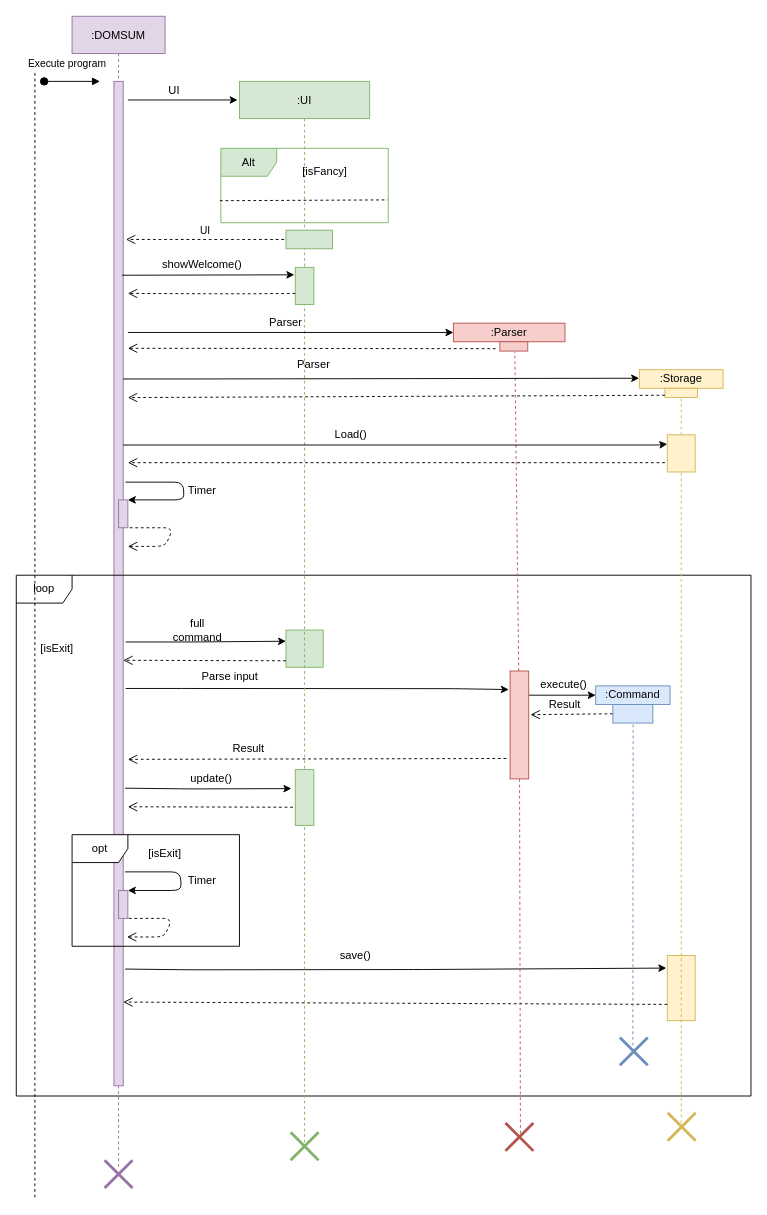
Above: docs/Sample UML Diagram.drawio in chuhann/ip (draw.io), before the change. Source tidied: cells renumbered, new cells numbered last; positions are measured from the earlier drawing's top-left corner, leaving out a move shared by most shapes. Both pictures are drawn from the tidied source at 93%, with x=0, y=0 at pixel (16, 16).
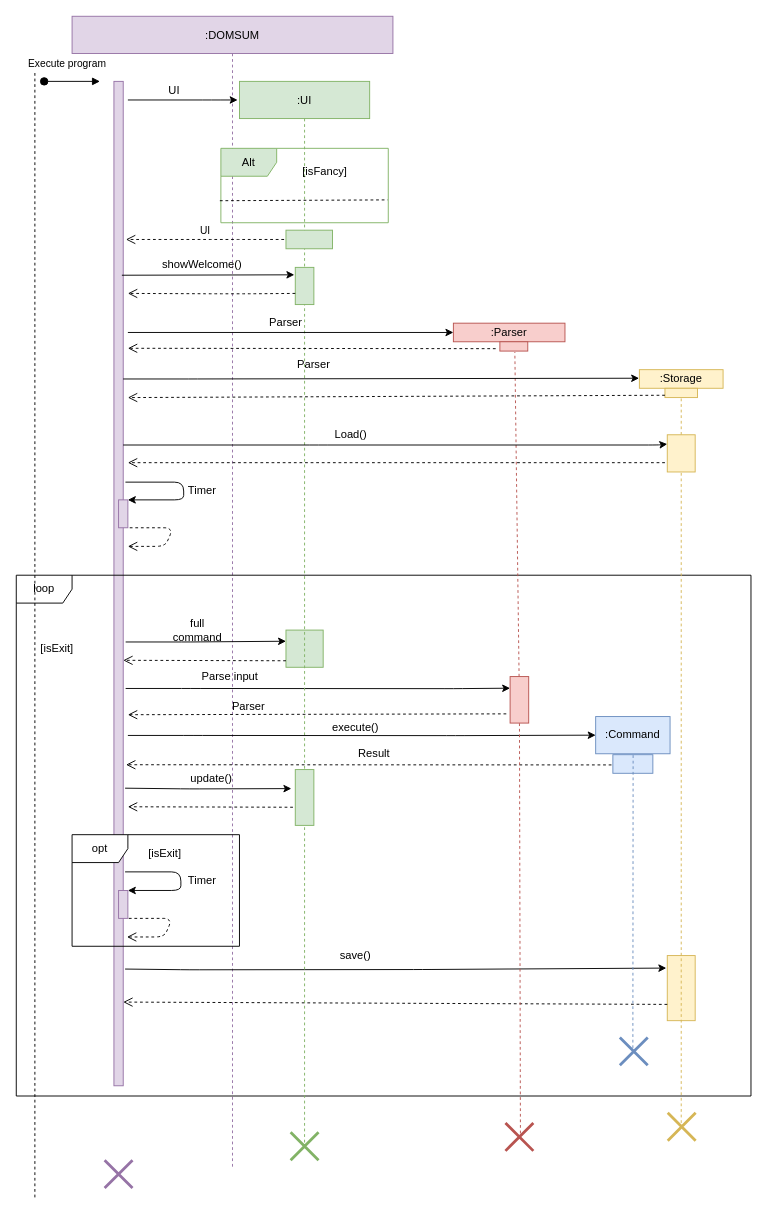
The same page after the edit.

The change refers to these unchanged cells:
```xml
<mxCell id="33" value=":UI" style="shape=umlLifeline;perimeter=lifelinePerimeter;rounded=0;shadow=0;strokeWidth=1;fillColor=#d5e8d4;strokeColor=#82b366;" parent="1" vertex="1">
  <mxGeometry x="240" y="70" width="140" height="1150" as="geometry" />
</mxCell>
```

Diff of the diagram source:
```diff
@@
-    <mxCell id="2" value=":DOMSUM" style="shape=umlLifeline;perimeter=lifelinePerimeter;rounded=0;shadow=0;strokeWidth=1;fillColor=#e1d5e7;strokeColor=#9673a6;" parent="1" vertex="1">
-      <mxGeometry x="60" width="100" height="1240" as="geometry" />
+    <mxCell id="2" value=":DOMSUM" style="shape=umlLifeline;perimeter=lifelinePerimeter;rounded=0;shadow=0;strokeWidth=1;fillColor=#e1d5e7;strokeColor=#9673a6;glass=0;" parent="1" vertex="1">
+      <mxGeometry x="60" width="345" height="1240" as="geometry" />
     </mxCell>
@@
-    <mxCell id="9" style="endArrow=classic;html=1;entryX=-0.072;entryY=0.172;entryDx=0;entryDy=0;entryPerimeter=0;" parent="2" edge="1" target="71">
+    <mxCell id="9" style="endArrow=classic;html=1;entryX=0;entryY=0.25;entryDx=0;entryDy=0;" parent="2" edge="1" target="71">
       <mxGeometry relative="1" as="geometry">
         <mxPoint x="57.6" y="722.8" as="sourcePoint" />
         <Array as="points">
           <mxPoint x="127.7" y="722.8" />
           <mxPoint x="410" y="723" />
         </Array>
       </mxGeometry>
     </mxCell>
@@
-    <mxCell id="11" style="verticalAlign=bottom;endArrow=open;dashed=1;endSize=8;shadow=0;strokeWidth=1;exitX=-0.205;exitY=0.811;exitDx=0;exitDy=0;exitPerimeter=0;" parent="2" edge="1" source="71">
+    <mxCell id="11" style="verticalAlign=bottom;endArrow=open;dashed=1;endSize=8;shadow=0;strokeWidth=1;exitX=-0.205;exitY=0.811;exitDx=0;exitDy=0;exitPerimeter=0;" parent="2" edge="1">
       <mxGeometry relative="1" as="geometry">
-        <mxPoint x="60" y="799" as="targetPoint" />
+        <mxPoint x="466.9" y="750.1" as="sourcePoint" />
+        <mxPoint x="60" y="751" as="targetPoint" />
       </mxGeometry>
     </mxCell>
-    <mxCell id="12" style="edgeStyle=elbowEdgeStyle;elbow=horizontal;endArrow=classic;html=1;entryX=0;entryY=0.5;entryDx=0;entryDy=0;" parent="2" edge="1" target="28">
-      <mxGeometry relative="1" as="geometry">
-        <mxPoint x="491" y="730" as="sourcePoint" />
-        <Array as="points">
-          <mxPoint x="540" y="730" />
-          <mxPoint x="511" y="730" />
-          <mxPoint x="501" y="748" />
-          <mxPoint x="571" y="748" />
-        </Array>
-      </mxGeometry>
-    </mxCell>
-    <mxCell id="13" style="verticalAlign=bottom;endArrow=open;dashed=1;endSize=8;shadow=0;strokeWidth=1;exitX=0;exitY=0.5;exitDx=0;exitDy=0;" parent="2" edge="1" source="29">
-      <mxGeometry relative="1" as="geometry">
-        <mxPoint x="493" y="751" as="targetPoint" />
-      </mxGeometry>
-    </mxCell>
-    <mxCell id="14" value="Result" style="text;html=1;strokeColor=none;fillColor=none;align=center;verticalAlign=middle;whiteSpace=wrap;rounded=0;shadow=0;glass=0;sketch=0;" parent="2" vertex="1">
-      <mxGeometry x="170" y="778" width="40" height="20" as="geometry" />
+    <mxCell id="14" value="Parser" style="text;html=1;strokeColor=none;fillColor=none;align=center;verticalAlign=middle;whiteSpace=wrap;rounded=0;shadow=0;glass=0;sketch=0;" parent="2" vertex="1">
+      <mxGeometry x="170" y="732" width="40" height="20" as="geometry" />
     </mxCell>
@@
-    <mxCell id="28" value=":Command" style="rounded=0;whiteSpace=wrap;html=1;fillColor=#dae8fc;strokeColor=#6c8ebf;" parent="2" vertex="1">
-      <mxGeometry x="563" y="720" width="80" height="20" as="geometry" />
-    </mxCell>
     <mxCell id="29" style="rounded=0;whiteSpace=wrap;html=1;fillColor=#dae8fc;strokeColor=#6c8ebf;" parent="2" vertex="1">
-      <mxGeometry x="581.5" y="740" width="43" height="20" as="geometry" />
+      <mxGeometry x="581.5" y="794" width="43" height="20" as="geometry" />
     </mxCell>
     <mxCell id="30" style="endArrow=none;dashed=1;html=1;exitX=0.39;exitY=0.923;exitDx=0;exitDy=0;exitPerimeter=0;fillColor=#dae8fc;strokeColor=#6c8ebf;" parent="2" edge="1">
       <mxGeometry relative="1" as="geometry">
-        <mxPoint x="603.3" y="761.5" as="sourcePoint" />
-        <mxPoint x="603" y="1110" as="targetPoint" />
+        <mxPoint x="603.3" y="764.5" as="sourcePoint" />
+        <mxPoint x="603" y="1113" as="targetPoint" />
       </mxGeometry>
     </mxCell>
+    <mxCell id="32" style="shape=umlDestroy;whiteSpace=wrap;html=1;strokeWidth=3;fillColor=#dae8fc;strokeColor=#6c8ebf;" parent="2" vertex="1">
+      <mxGeometry x="589" y="1098" width="30" height="30" as="geometry" />
+    </mxCell>
+    <mxCell id="78" style="verticalAlign=bottom;endArrow=open;dashed=1;endSize=8;shadow=0;strokeWidth=1;" parent="2" edge="1">
+      <mxGeometry relative="1" as="geometry">
+        <mxPoint x="580" y="805" as="sourcePoint" />
+        <mxPoint x="58" y="804.8" as="targetPoint" />
+      </mxGeometry>
+    </mxCell>
+    <mxCell id="77" value="execute()" style="text;html=1;strokeColor=none;fillColor=none;align=center;verticalAlign=middle;whiteSpace=wrap;rounded=0;shadow=0;glass=0;sketch=0;" parent="2" vertex="1">
+      <mxGeometry x="285" y="755" width="40" height="20" as="geometry" />
+    </mxCell>
     <mxCell id="31" value="Result" style="text;html=1;strokeColor=none;fillColor=none;align=center;verticalAlign=middle;whiteSpace=wrap;rounded=0;shadow=0;glass=0;sketch=0;" parent="2" vertex="1">
-      <mxGeometry x="510" y="730" width="40" height="20" as="geometry" />
+      <mxGeometry x="305" y="783" width="40" height="20" as="geometry" />
     </mxCell>
-    <mxCell id="32" style="shape=umlDestroy;whiteSpace=wrap;html=1;strokeWidth=3;fillColor=#dae8fc;strokeColor=#6c8ebf;" parent="2" vertex="1">
-      <mxGeometry x="589" y="1098" width="30" height="30" as="geometry" />
-    </mxCell>
@@
+    <mxCell id="79" style="endArrow=classic;html=1;entryX=0;entryY=0.5;entryDx=0;entryDy=0;" parent="33" edge="1" target="28">
+      <mxGeometry relative="1" as="geometry">
+        <mxPoint x="-120" y="703.3" as="sourcePoint" />
+        <Array as="points">
+          <mxPoint x="-49.9" y="703.3" />
+          <mxPoint x="232.4" y="703.5" />
+        </Array>
+      </mxGeometry>
+    </mxCell>
@@
     <mxCell id="71" style="rounded=0;whiteSpace=wrap;html=1;shadow=0;glass=0;sketch=0;fillColor=#f8cecc;strokeColor=#b85450;" parent="1" vertex="1">
-      <mxGeometry x="531" y="704" width="20" height="116" as="geometry" />
+      <mxGeometry x="531" y="710" width="20" height="50" as="geometry" />
     </mxCell>
@@
-    <mxCell id="77" value="execute()" style="text;html=1;strokeColor=none;fillColor=none;align=center;verticalAlign=middle;whiteSpace=wrap;rounded=0;shadow=0;glass=0;sketch=0;" parent="1" vertex="1">
-      <mxGeometry x="569" y="709" width="40" height="20" as="geometry" />
-    </mxCell>
+    <mxCell id="28" value=":Command" style="rounded=0;whiteSpace=wrap;html=1;fillColor=#dae8fc;strokeColor=#6c8ebf;" parent="1" vertex="1">
+      <mxGeometry x="623" y="753" width="80" height="40" as="geometry" />
+    </mxCell>
```
